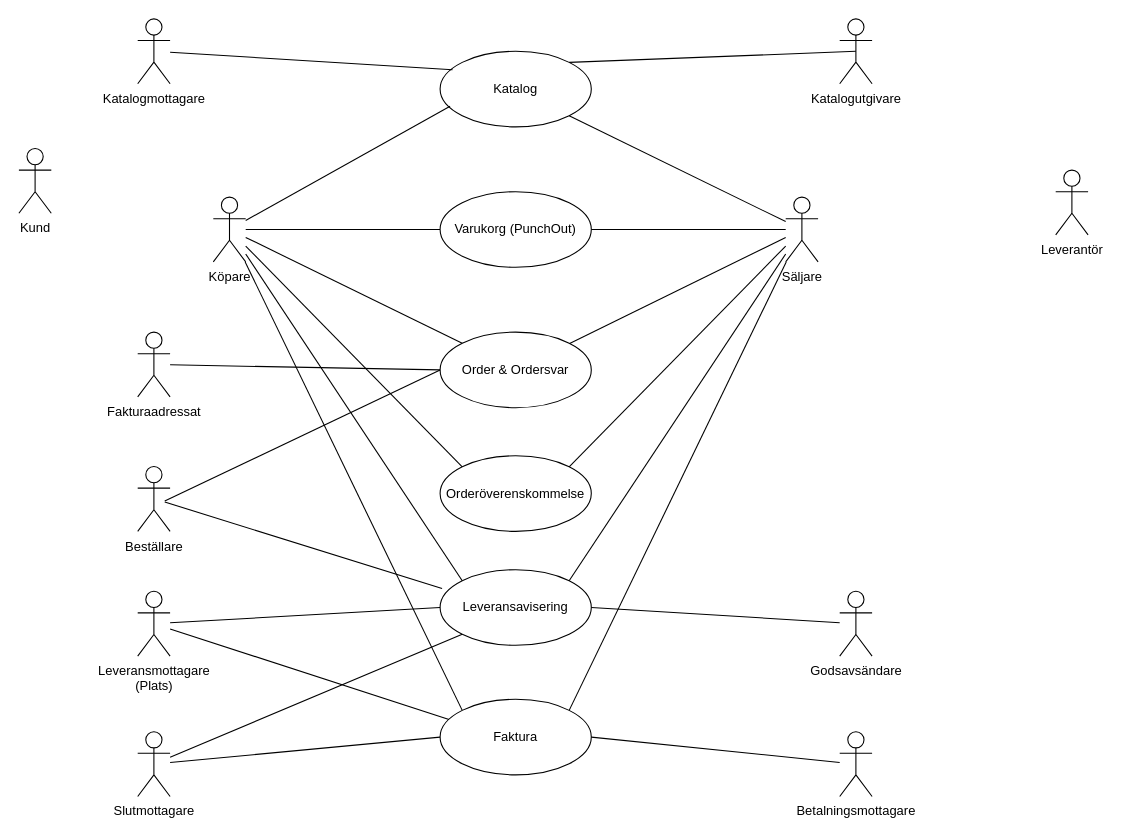
Before: teknisk-handledning/SFTI_tekn_handledning.drawio in SingleFaceToIndustry/sfti-diagrams, a draw.io diagram. Source tidied: cells renumbered, new cells numbered last; positions are measured from the earlier drawing's top-left corner, leaving out a move shared by most shapes. Both pictures are drawn from the tidied source at 108%, with x=0, y=0 at pixel (18, 18).
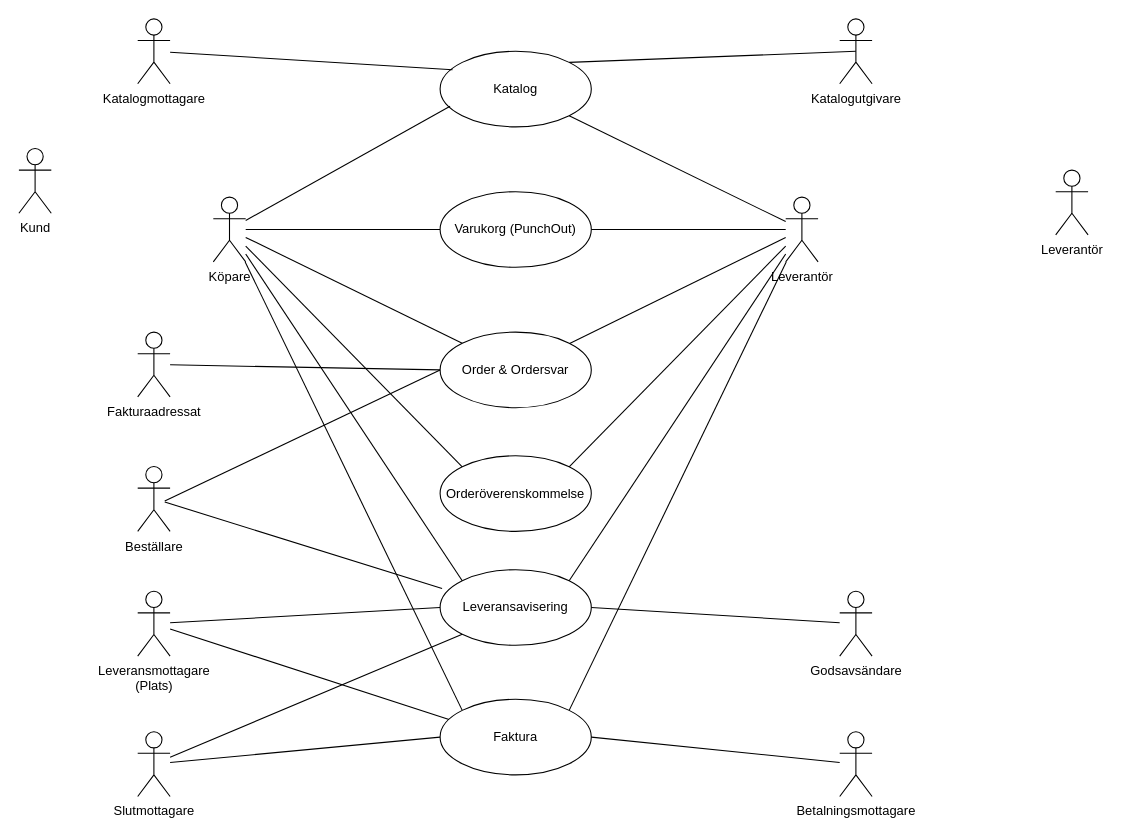
The same diagram, later.

What changed in the source:
```diff
@@
-    <mxCell id="20" value="Säljare" style="shape=umlActor;verticalLabelPosition=bottom;verticalAlign=top;html=1;" parent="1" vertex="1">
+    <mxCell id="20" value="Leverantör" style="shape=umlActor;verticalLabelPosition=bottom;verticalAlign=top;html=1;" parent="1" vertex="1">
       <mxGeometry x="710" y="165" width="30" height="60" as="geometry" />
     </mxCell>
```
